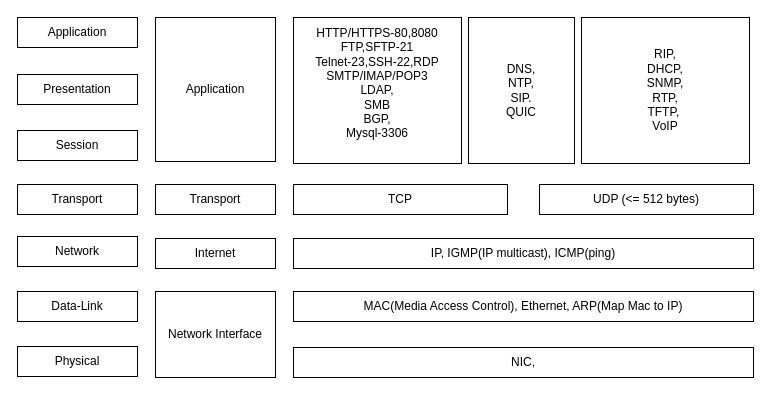
Above: internet_protocol.drawio in Albert-W/Draw_io (draw.io), before the change. Source tidied: cells renumbered, new cells numbered last; positions are measured from the earlier drawing's top-left corner, leaving out a move shared by most shapes. Both pictures are drawn from the tidied source at 100%, with x=0, y=0 at pixel (17, 17).
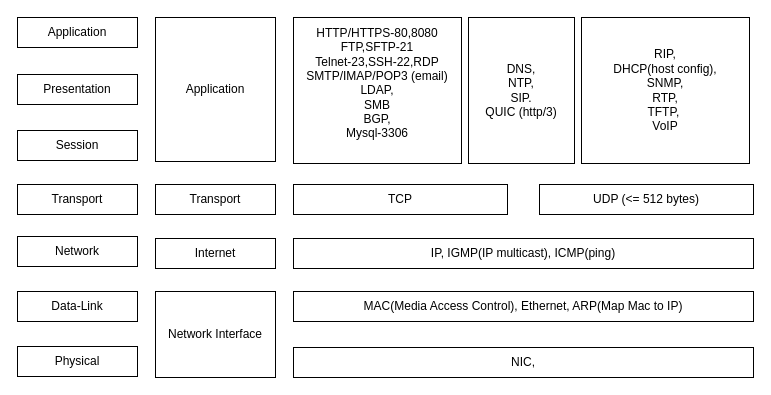
Above is the later version.

Change to the diagram source:
```diff
@@
-    <mxCell id="17" value="HTTP/HTTPS-80,8080&lt;br&gt;FTP,SFTP-21&lt;br&gt;Telnet-23,SSH-22,RDP&lt;br&gt;SMTP/IMAP/POP3&lt;div&gt;LDAP,&lt;/div&gt;&lt;div&gt;SMB&lt;br&gt;BGP,&lt;br&gt;Mysql-3306&lt;br&gt;&lt;br&gt;&lt;/div&gt;" style="rounded=0;whiteSpace=wrap;html=1;" parent="1" vertex="1">
+    <mxCell id="17" value="HTTP/HTTPS-80,8080&lt;br&gt;FTP,SFTP-21&lt;br&gt;Telnet-23,SSH-22,RDP&lt;br&gt;SMTP/IMAP/POP3 (email)&lt;div&gt;LDAP,&lt;/div&gt;&lt;div&gt;SMB&lt;br&gt;BGP,&lt;br&gt;Mysql-3306&lt;br&gt;&lt;br&gt;&lt;/div&gt;" style="rounded=0;whiteSpace=wrap;html=1;" parent="1" vertex="1">
       <mxGeometry x="276" width="168" height="146" as="geometry" />
     </mxCell>
-    <mxCell id="18" value="RIP,&lt;br&gt;DHCP,&lt;div&gt;SNMP,&lt;br&gt;RTP,&lt;br&gt;TFTP,&amp;nbsp;&lt;br&gt;VoIP&lt;/div&gt;" style="rounded=0;whiteSpace=wrap;html=1;" parent="1" vertex="1">
+    <mxCell id="18" value="RIP,&lt;br&gt;DHCP(host config),&lt;div&gt;SNMP,&lt;br&gt;RTP,&lt;br&gt;TFTP,&amp;nbsp;&lt;br&gt;VoIP&lt;/div&gt;" style="rounded=0;whiteSpace=wrap;html=1;" parent="1" vertex="1">
       <mxGeometry x="564" width="168" height="146" as="geometry" />
     </mxCell>
-    <mxCell id="19" value="DNS,&lt;br&gt;NTP,&lt;br&gt;SIP.&lt;br&gt;QUIC" style="rounded=0;whiteSpace=wrap;html=1;" parent="1" vertex="1">
+    <mxCell id="19" value="DNS,&lt;br&gt;NTP,&lt;br&gt;SIP.&lt;br&gt;QUIC (http/3)" style="rounded=0;whiteSpace=wrap;html=1;" parent="1" vertex="1">
       <mxGeometry x="451" width="106" height="146" as="geometry" />
     </mxCell>
```
